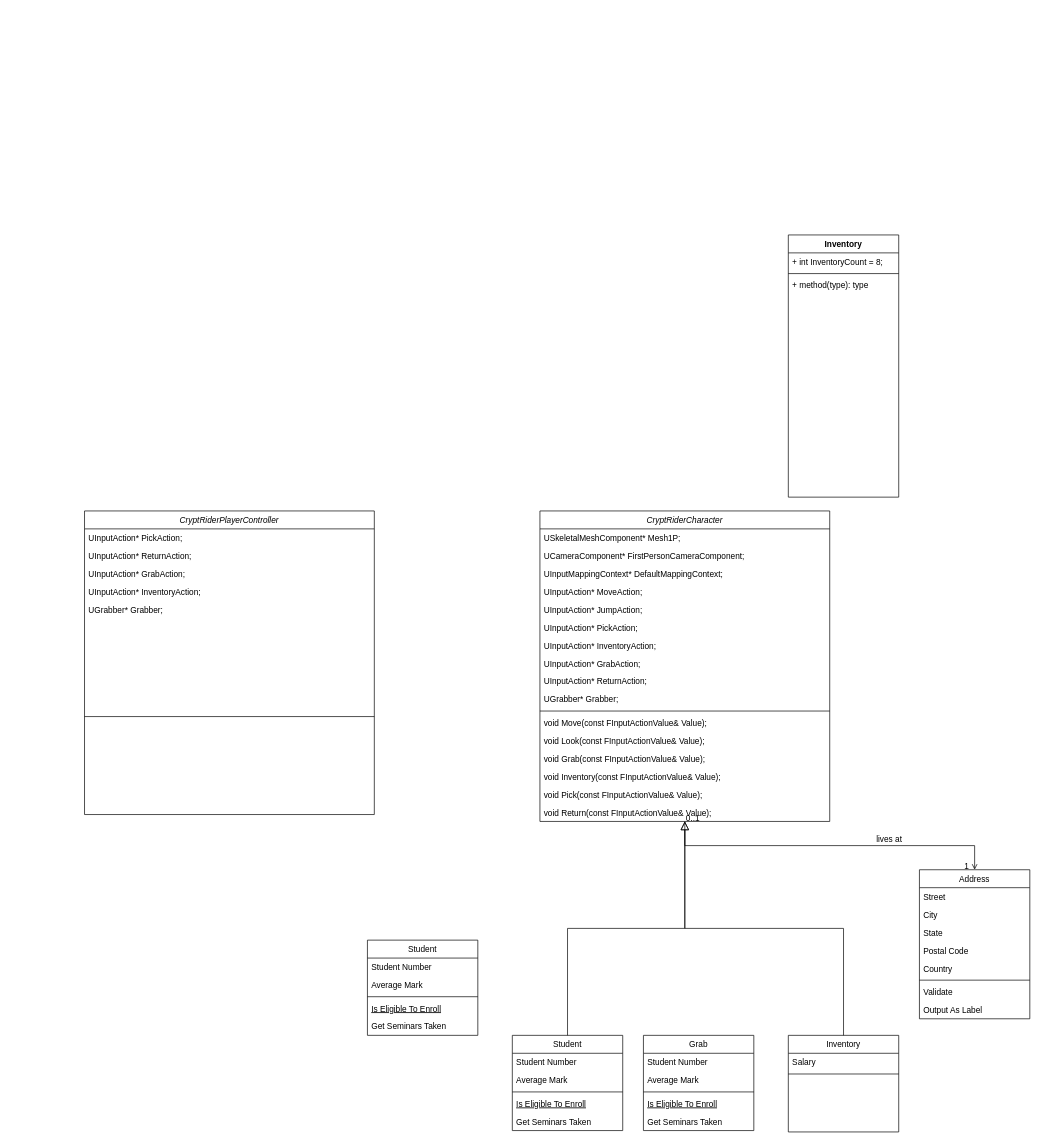
Before: CryptRider.drawio in beeseo147/CryptRider, a draw.io diagram. Source tidied: cells renumbered, new cells numbered last; positions are measured from the earlier drawing's top-left corner, leaving out a move shared by most shapes. Both pictures are drawn from the tidied source at 69%, with x=0, y=0 at pixel (84, 235).
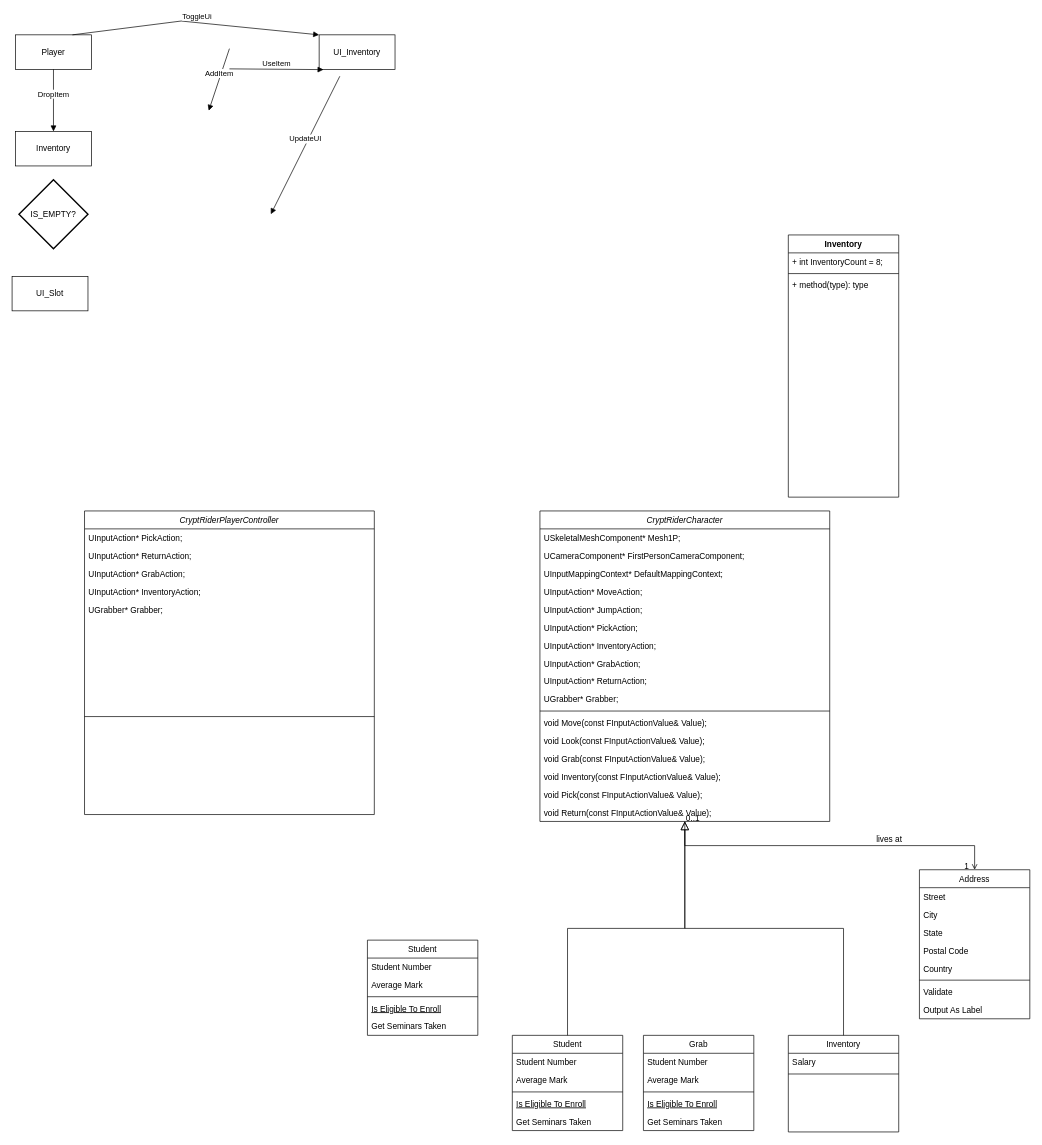
After the change.

Change to the diagram source:
```diff
@@
+    <mxCell id="67" value="Player" style="html=1;whiteSpace=wrap;" parent="1" vertex="1">
+      <mxGeometry x="-100" y="-290" width="110" height="50" as="geometry" />
+    </mxCell>
+    <mxCell id="68" value="DropItem" style="html=1;verticalAlign=bottom;endArrow=block;curved=0;rounded=0;entryX=0.5;entryY=0;entryDx=0;entryDy=0;exitX=0.5;exitY=1;exitDx=0;exitDy=0;" parent="1" edge="1" source="67" target="69">
+      <mxGeometry relative="1" as="geometry" />
+    </mxCell>
+    <mxCell id="69" value="Inventory" style="html=1;whiteSpace=wrap;" parent="1" vertex="1">
+      <mxGeometry x="-100" y="-150" width="110" height="50" as="geometry" />
+    </mxCell>
+    <mxCell id="70" value="AddItem" style="html=1;verticalAlign=bottom;endArrow=block;curved=0;rounded=0;" parent="1" edge="1">
+      <mxGeometry relative="1" as="geometry">
+        <mxPoint x="210" y="-270" as="sourcePoint" />
+        <mxPoint x="180" y="-180" as="targetPoint" />
+      </mxGeometry>
+    </mxCell>
+    <mxCell id="71" value="UI_Inventory" style="html=1;whiteSpace=wrap;" parent="1" vertex="1">
+      <mxGeometry x="340" y="-290" width="110" height="50" as="geometry" />
+    </mxCell>
+    <mxCell id="72" value="ToggleUi" style="html=1;verticalAlign=bottom;endArrow=block;curved=0;rounded=0;entryX=0;entryY=0;entryDx=0;entryDy=0;exitX=0.75;exitY=0;exitDx=0;exitDy=0;" parent="1" edge="1" source="67" target="71">
+      <mxGeometry x="0.01" relative="1" as="geometry">
+        <Array as="points">
+          <mxPoint x="140" y="-310" />
+        </Array>
+      </mxGeometry>
+    </mxCell>
+    <mxCell id="73" value="UpdateUI" style="html=1;verticalAlign=bottom;endArrow=block;curved=0;rounded=0;" parent="1" edge="1">
+      <mxGeometry relative="1" as="geometry">
+        <mxPoint x="370" y="-230" as="sourcePoint" />
+        <mxPoint x="270" y="-30" as="targetPoint" />
+      </mxGeometry>
+    </mxCell>
+    <mxCell id="74" value="UI_Slot" style="html=1;whiteSpace=wrap;" parent="1" vertex="1">
+      <mxGeometry x="-105" y="60" width="110" height="50" as="geometry" />
+    </mxCell>
+    <mxCell id="75" value="UseItem" style="html=1;verticalAlign=bottom;endArrow=block;curved=0;rounded=0;entryX=0.058;entryY=1.008;entryDx=0;entryDy=0;entryPerimeter=0;" parent="1" edge="1" target="71">
+      <mxGeometry relative="1" as="geometry">
+        <mxPoint x="210" y="-240.7" as="sourcePoint" />
+      </mxGeometry>
+    </mxCell>
+    <mxCell id="76" value="IS_EMPTY?" style="strokeWidth=2;html=1;shape=mxgraph.flowchart.decision;whiteSpace=wrap;" parent="1" vertex="1">
+      <mxGeometry x="-95" y="-80" width="100" height="100" as="geometry" />
+    </mxCell>
```
